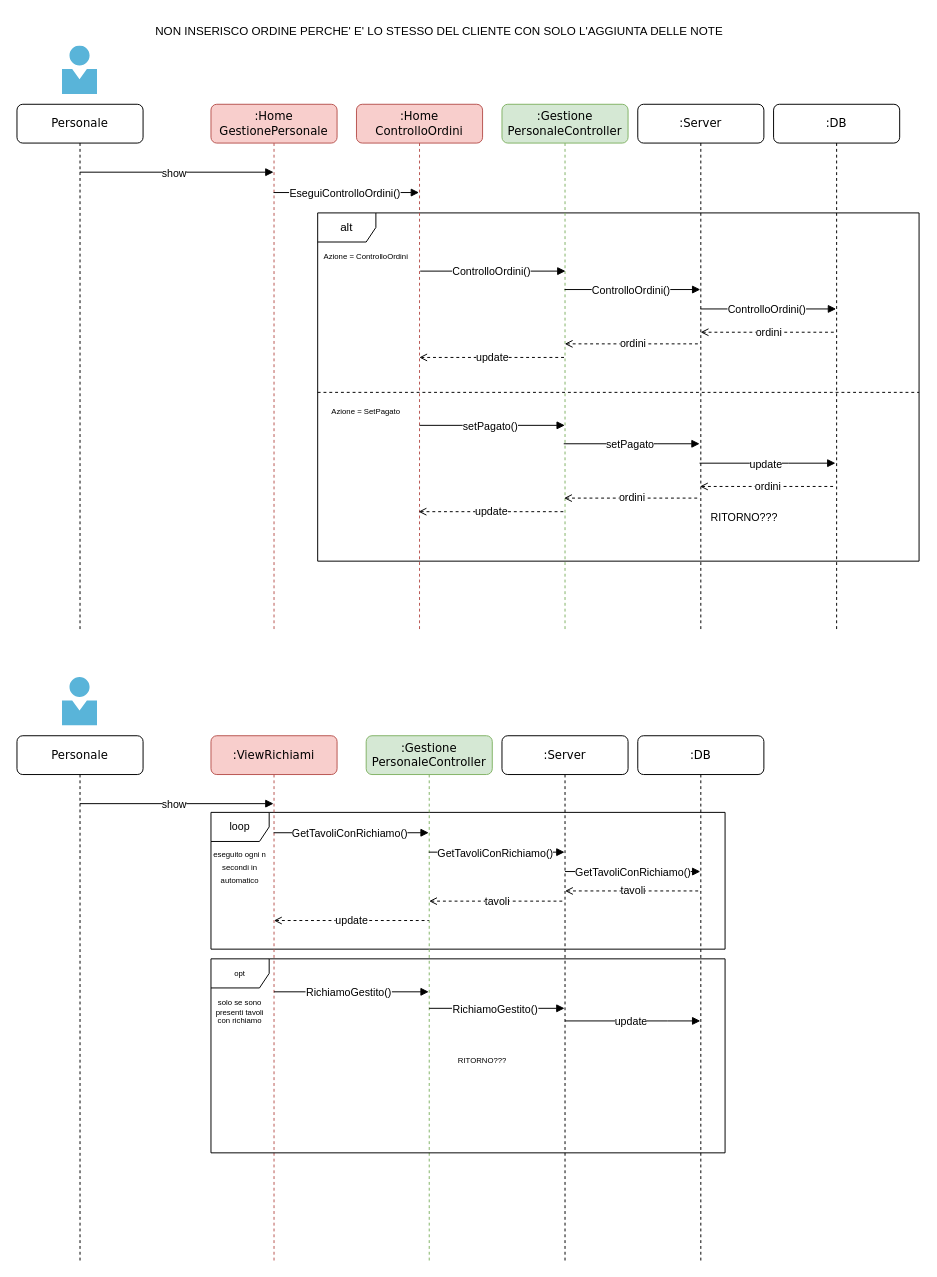
Earlier version of the draw.io diagram page "Personale" (6 of 6) of progettazione/dettaglio/dettaglioSequenza.drawio (Marco-Burattoni/Progetto-ids). Source tidied: cells renumbered, new cells numbered last; positions are measured from the earlier drawing's top-left corner, leaving out a move shared by most shapes. Both pictures are drawn from the tidied source at 97%, with x=0, y=0 at pixel (16, 16).
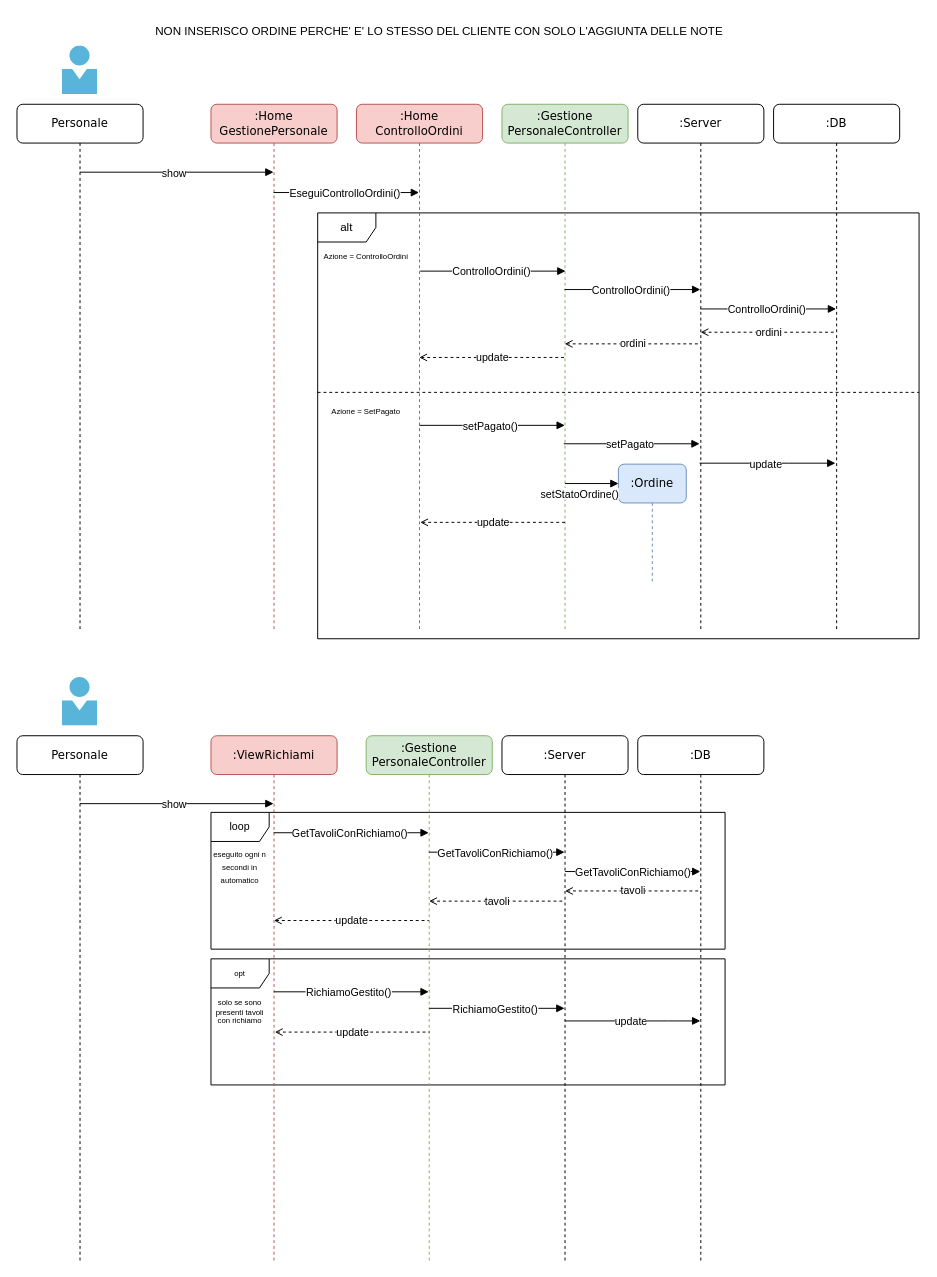
The same page after the edit.

The change refers to these unchanged cells:
```xml
<mxCell id="11" value=":Gestione&lt;br&gt;PersonaleController" style="shape=umlLifeline;perimeter=lifelinePerimeter;whiteSpace=wrap;html=1;outlineConnect=0;rounded=1;shadow=0;comic=0;labelBackgroundColor=none;strokeWidth=1;fontFamily=Verdana;fontSize=12;align=center;size=40;fillColor=#d5e8d4;strokeColor=#82b366;" parent="1" vertex="1">
  <mxGeometry x="500" y="90" width="130" height="541" as="geometry" />
</mxCell>
```

Diff of the diagram source:
```diff
@@
+    <mxCell id="47" value="opt" style="shape=umlFrame;whiteSpace=wrap;html=1;fontSize=8;" parent="1" vertex="1">
+      <mxGeometry x="200" y="971" width="530" height="130" as="geometry" />
+    </mxCell>
@@
     <mxCell id="3" value="alt" style="shape=umlFrame;whiteSpace=wrap;html=1;" parent="1" vertex="1">
-      <mxGeometry x="310" y="202" width="620" height="359" as="geometry" />
+      <mxGeometry x="310" y="202" width="620" height="439" as="geometry" />
     </mxCell>
@@
-    <mxCell id="15" value="&lt;font style=&quot;font-size: 11px;&quot;&gt;ordini&lt;/font&gt;" style="endArrow=none;dashed=1;html=1;rounded=0;fontSize=8;startArrow=open;startFill=0;" parent="11" edge="1">
-      <mxGeometry relative="1" as="geometry">
-        <mxPoint x="204.1" y="394" as="sourcePoint" />
-        <mxPoint x="343.8" y="394" as="targetPoint" />
-      </mxGeometry>
-    </mxCell>
-    <mxCell id="16" value="&lt;font style=&quot;font-size: 11px;&quot;&gt;ordini&lt;/font&gt;" style="endArrow=none;dashed=1;html=1;rounded=0;fontSize=8;startArrow=open;startFill=0;" parent="11" edge="1">
-      <mxGeometry relative="1" as="geometry">
-        <mxPoint x="64" y="406" as="sourcePoint" />
-        <mxPoint x="203.8" y="406" as="targetPoint" />
-      </mxGeometry>
-    </mxCell>
-    <mxCell id="17" value="&lt;font style=&quot;font-size: 11px;&quot;&gt;update&lt;/font&gt;" style="endArrow=none;dashed=1;html=1;rounded=0;fontSize=8;startArrow=open;startFill=0;" parent="11" edge="1">
-      <mxGeometry relative="1" as="geometry">
-        <mxPoint x="-86" y="420" as="sourcePoint" />
-        <mxPoint x="63.8" y="420" as="targetPoint" />
-      </mxGeometry>
-    </mxCell>
@@
-    <mxCell id="29" value="RITORNO???" style="text;html=1;strokeColor=none;fillColor=none;align=center;verticalAlign=middle;whiteSpace=wrap;rounded=0;fontSize=11;" parent="1" vertex="1">
-      <mxGeometry x="720" y="501" width="60" height="30" as="geometry" />
-    </mxCell>
@@
-    <mxCell id="47" value="opt" style="shape=umlFrame;whiteSpace=wrap;html=1;fontSize=8;" parent="1" vertex="1">
-      <mxGeometry x="200" y="971" width="530" height="200" as="geometry" />
-    </mxCell>
@@
-    <mxCell id="49" value="RITORNO???" style="text;html=1;strokeColor=none;fillColor=none;align=center;verticalAlign=middle;whiteSpace=wrap;rounded=0;fontSize=8;" parent="1" vertex="1">
-      <mxGeometry x="450" y="1061" width="60" height="30" as="geometry" />
-    </mxCell>
+    <mxCell id="50" value=":Ordine" style="shape=umlLifeline;perimeter=lifelinePerimeter;whiteSpace=wrap;html=1;rounded=1;shadow=0;comic=0;labelBackgroundColor=none;strokeWidth=1;fontFamily=Verdana;fontSize=12;align=center;size=40;fillColor=#dae8fc;strokeColor=#6c8ebf;" parent="1" vertex="1">
+      <mxGeometry x="620" y="461" width="70" height="121" as="geometry" />
+    </mxCell>
+    <mxCell id="51" value="&lt;font style=&quot;font-size: 11px; background-color: rgb(255, 255, 255);&quot; face=&quot;Helvetica&quot;&gt;setStatoOrdine()&lt;/font&gt;" style="html=1;verticalAlign=bottom;endArrow=block;labelBackgroundColor=none;fontFamily=Verdana;fontSize=12;elbow=vertical;rounded=0;" parent="1" edge="1">
+      <mxGeometry x="-0.46" y="-20" relative="1" as="geometry">
+        <mxPoint x="565" y="481" as="sourcePoint" />
+        <mxPoint x="620.2" y="481" as="targetPoint" />
+      </mxGeometry>
+    </mxCell>
+    <mxCell id="52" value="&lt;font style=&quot;font-size: 11px;&quot;&gt;update&lt;/font&gt;" style="endArrow=none;dashed=1;html=1;rounded=0;fontSize=8;startArrow=open;startFill=0;" parent="1" edge="1">
+      <mxGeometry relative="1" as="geometry">
+        <mxPoint x="415.7" y="521" as="sourcePoint" />
+        <mxPoint x="565.5" y="521" as="targetPoint" />
+      </mxGeometry>
+    </mxCell>
+    <mxCell id="53" value="&lt;font style=&quot;font-size: 11px;&quot;&gt;update&lt;/font&gt;" style="endArrow=none;dashed=1;html=1;rounded=0;fontSize=8;startArrow=open;startFill=0;" parent="1" edge="1">
+      <mxGeometry relative="1" as="geometry">
+        <mxPoint x="265.9" y="1046.5" as="sourcePoint" />
+        <mxPoint x="425.5" y="1046.5" as="targetPoint" />
+      </mxGeometry>
+    </mxCell>
```
